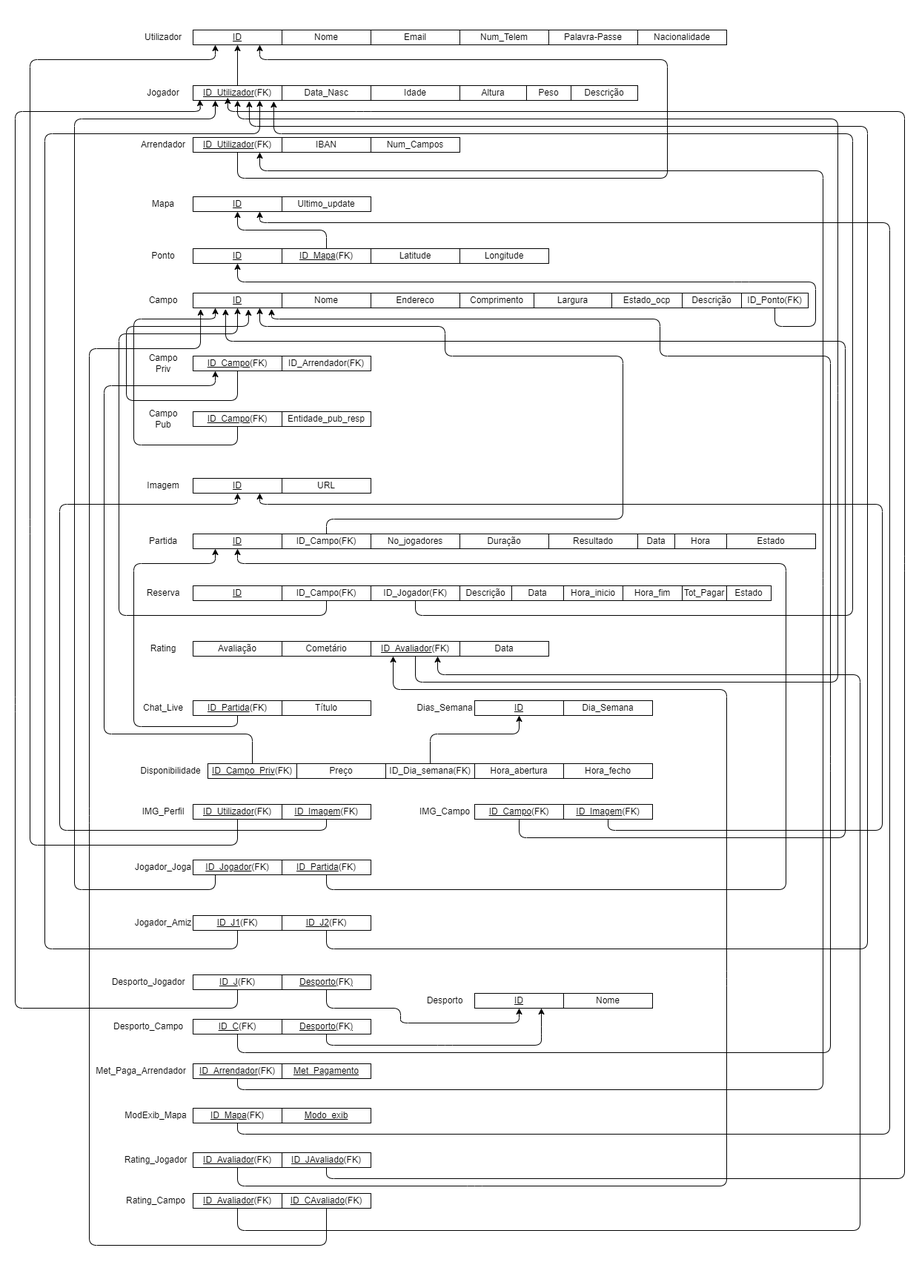
The draw.io diagram DOC/ER_SL.png in Paul-Y5/Projeto_SPORTSLINK-BD, before a commit. Source tidied: cells renumbered, new cells last; positions are measured from the earlier drawing's top-left corner, leaving out a move shared by most shapes.
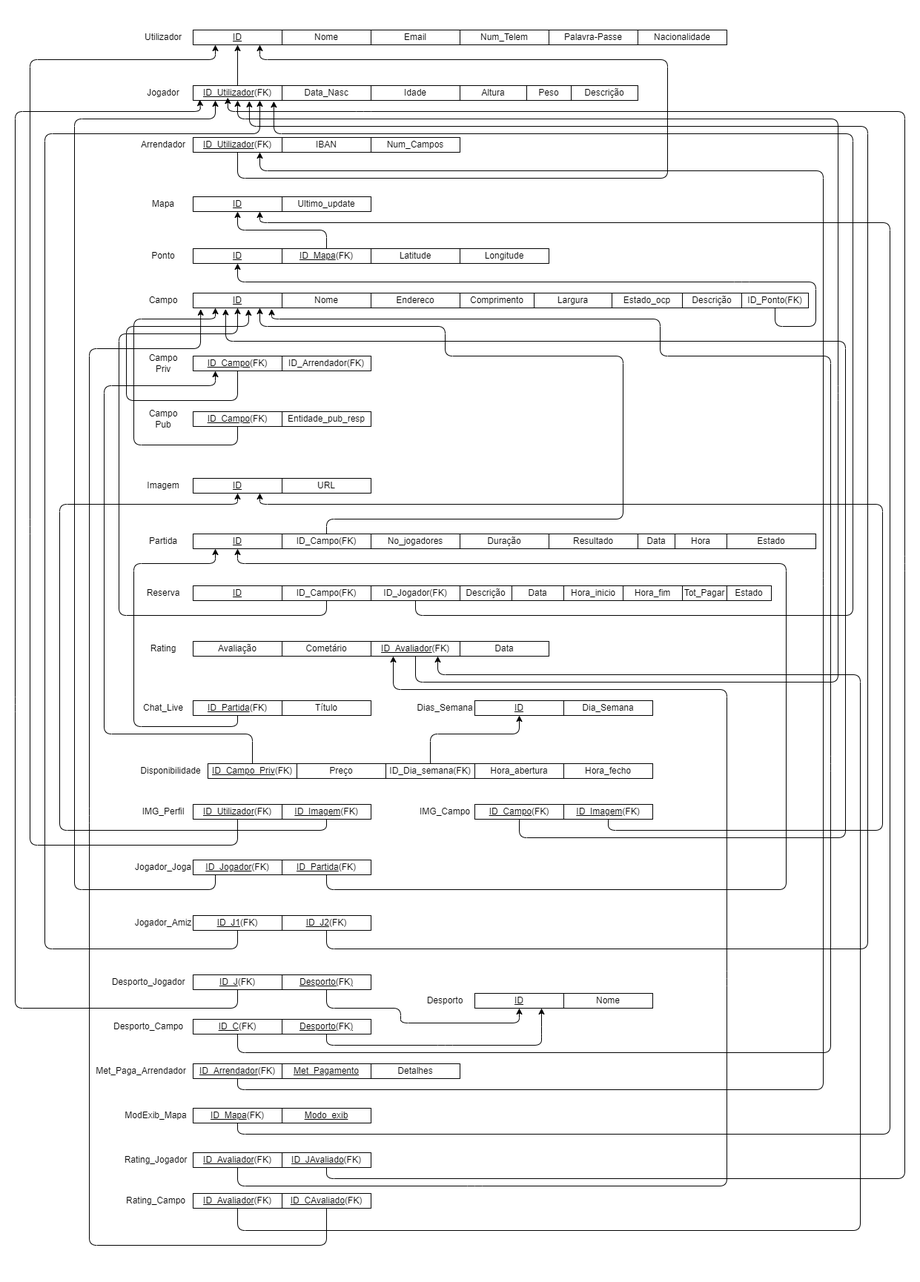
The same diagram one commit later.

Diff of the diagram source:
```diff
@@ -667,5 +667,8 @@
     <mxCell id="149" value="Tot_Pagar" style="rounded=0;whiteSpace=wrap;html=1;" parent="1" vertex="1">
       <mxGeometry x="920" y="790" width="60" height="20" as="geometry" />
     </mxCell>
+    <mxCell id="150" value="Detalhes" style="rounded=0;whiteSpace=wrap;html=1;" parent="1" vertex="1">
+      <mxGeometry x="500" y="1435" width="120" height="20" as="geometry" />
+    </mxCell>
   </root>
 </mxGraphModel>
```
